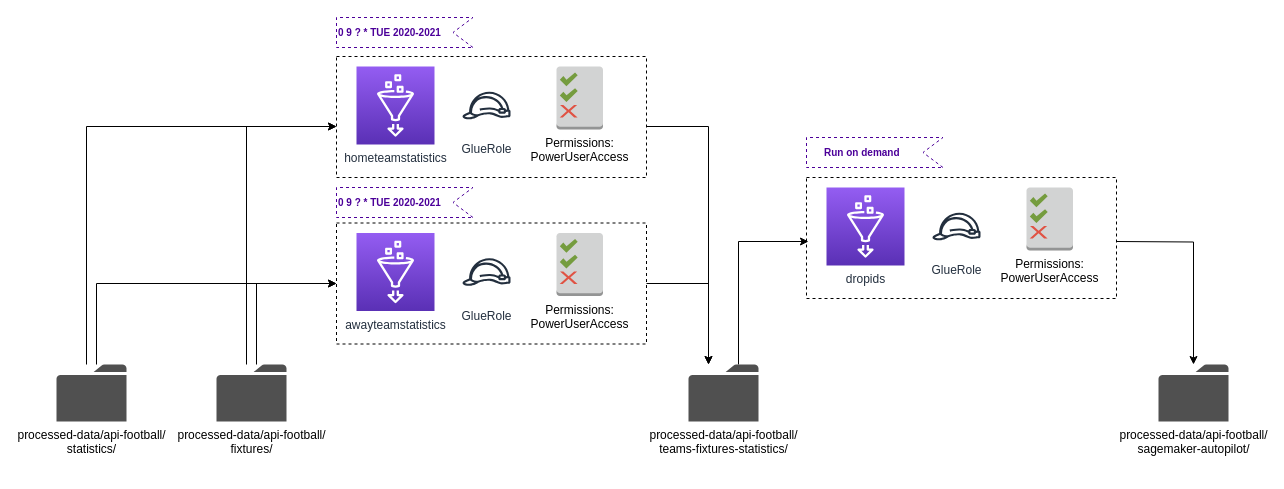
mbahra/AWS_Data_Engineer keeps this draw.io diagram as page "glueJobs" (5 of 7) of draw.io/workflow.drawio. Above is the earlier version. Source tidied: cells renumbered, new cells numbered last; positions are measured from the earlier drawing's top-left corner, leaving out a move shared by most shapes. Both pictures are drawn from the tidied source at 100%, with x=0, y=0 at pixel (56, 17).
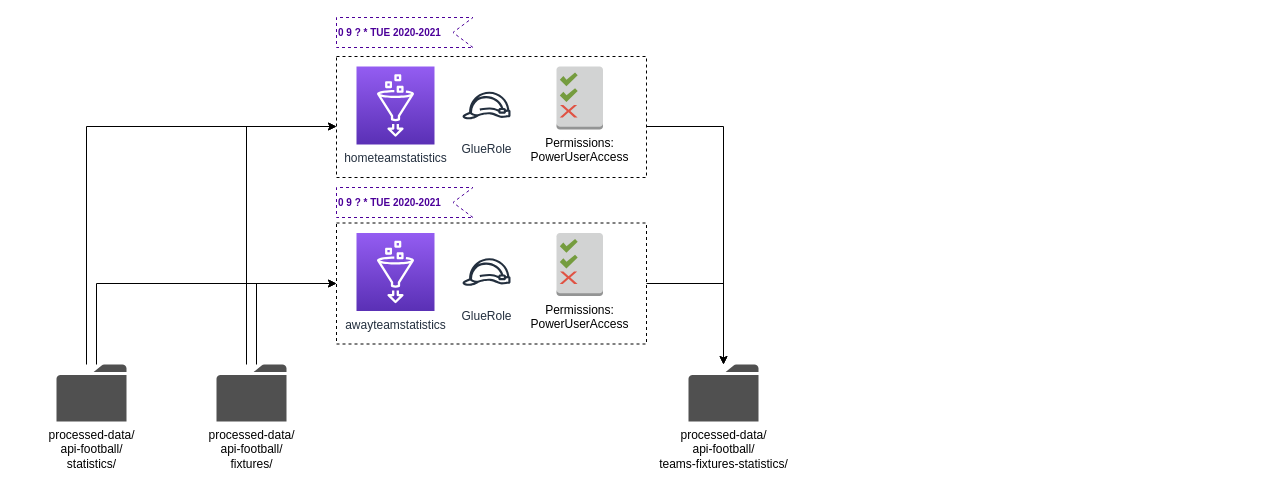
The same page after the edit.

What changed in the source:
```diff
@@
-    <mxCell id="4" value="processed-data/api-football/&lt;br&gt;fixtures/" style="shadow=0;dashed=0;html=1;strokeColor=none;fillColor=#505050;labelPosition=center;verticalLabelPosition=bottom;verticalAlign=top;outlineConnect=0;align=center;shape=mxgraph.office.concepts.folder;labelBackgroundColor=#ffffff;" parent="1" vertex="1">
+    <mxCell id="4" value="processed-data/&lt;br&gt;api-football/&lt;br&gt;fixtures/" style="shadow=0;dashed=0;html=1;strokeColor=none;fillColor=#505050;labelPosition=center;verticalLabelPosition=bottom;verticalAlign=top;outlineConnect=0;align=center;shape=mxgraph.office.concepts.folder;labelBackgroundColor=#ffffff;" parent="1" vertex="1">
       <mxGeometry x="160" y="347" width="70" height="57" as="geometry" />
     </mxCell>
-    <mxCell id="5" style="edgeStyle=orthogonalEdgeStyle;rounded=0;jettySize=auto;html=1;entryX=0;entryY=0.5;entryDx=0;entryDy=0;entryPerimeter=0;fontSize=10;fontColor=#CC6600;" parent="1" edge="1" source="6">
-      <mxGeometry relative="1" as="geometry">
-        <mxPoint x="752" y="224" as="targetPoint" />
-        <Array as="points">
-          <mxPoint x="682" y="224" />
-        </Array>
-      </mxGeometry>
-    </mxCell>
-    <mxCell id="6" value="processed-data/api-football/&lt;br&gt;teams-fixtures-statistics/" style="shadow=0;dashed=0;html=1;strokeColor=none;fillColor=#505050;labelPosition=center;verticalLabelPosition=bottom;verticalAlign=top;outlineConnect=0;align=center;shape=mxgraph.office.concepts.folder;labelBackgroundColor=#ffffff;" parent="1" vertex="1">
+    <mxCell id="6" value="processed-data/&lt;br&gt;api-football/&lt;br&gt;teams-fixtures-statistics/" style="shadow=0;dashed=0;html=1;strokeColor=none;fillColor=#505050;labelPosition=center;verticalLabelPosition=bottom;verticalAlign=top;outlineConnect=0;align=center;shape=mxgraph.office.concepts.folder;labelBackgroundColor=#ffffff;" parent="1" vertex="1">
       <mxGeometry x="632" y="347" width="70" height="57" as="geometry" />
     </mxCell>
     <mxCell id="7" style="edgeStyle=orthogonalEdgeStyle;rounded=0;jettySize=auto;html=1;fontSize=10;fontColor=#CC6600;" parent="1" edge="1" target="6">
       <mxGeometry relative="1" as="geometry">
         <mxPoint x="590" y="266" as="sourcePoint" />
         <Array as="points">
-          <mxPoint x="652" y="266" />
+          <mxPoint x="667" y="266" />
         </Array>
       </mxGeometry>
     </mxCell>
     <mxCell id="8" style="edgeStyle=orthogonalEdgeStyle;rounded=0;jettySize=auto;html=1;fontSize=10;fontColor=#CC6600;" parent="1" edge="1" target="6">
       <mxGeometry relative="1" as="geometry">
         <mxPoint x="590" y="109" as="sourcePoint" />
         <Array as="points">
-          <mxPoint x="652" y="109" />
+          <mxPoint x="667" y="109" />
         </Array>
       </mxGeometry>
     </mxCell>
-    <mxCell id="9" value="processed-data/api-football/&lt;br&gt;sagemaker-autopilot/" style="shadow=0;dashed=0;html=1;strokeColor=none;fillColor=#505050;labelPosition=center;verticalLabelPosition=bottom;verticalAlign=top;outlineConnect=0;align=center;shape=mxgraph.office.concepts.folder;labelBackgroundColor=#ffffff;" parent="1" vertex="1">
-      <mxGeometry x="1102" y="347" width="70" height="57" as="geometry" />
-    </mxCell>
-    <mxCell id="10" style="edgeStyle=orthogonalEdgeStyle;rounded=0;jettySize=auto;html=1;fontSize=10;fontColor=#CC6600;" parent="1" edge="1" target="9">
-      <mxGeometry relative="1" as="geometry">
-        <mxPoint x="1060" y="224" as="sourcePoint" />
-      </mxGeometry>
-    </mxCell>
@@
-    <mxCell id="13" value="&lt;font style=&quot;font-size: 10px ; line-height: 120%&quot;&gt;Run on demand&lt;/font&gt;" style="html=1;shape=mxgraph.infographic.ribbonSimple;notch1=20;notch2=0;align=left;verticalAlign=bottom;fontSize=10;fontStyle=1;flipH=1;fillColor=#FFFFFF;dashed=1;labelBackgroundColor=none;strokeColor=#4C0099;labelPosition=center;verticalLabelPosition=middle;spacingTop=0;spacingBottom=6;fontColor=#4C0099;spacingLeft=16;" parent="1" vertex="1">
-      <mxGeometry x="750" y="120" width="136.5" height="30" as="geometry" />
-    </mxCell>
@@
-    <mxCell id="16" value="processed-data/api-football/&lt;br&gt;statistics/" style="shadow=0;dashed=0;html=1;strokeColor=none;fillColor=#505050;labelPosition=center;verticalLabelPosition=bottom;verticalAlign=top;outlineConnect=0;align=center;shape=mxgraph.office.concepts.folder;labelBackgroundColor=#ffffff;" parent="1" vertex="1">
+    <mxCell id="16" value="processed-data/&lt;br&gt;api-football/&lt;br&gt;statistics/" style="shadow=0;dashed=0;html=1;strokeColor=none;fillColor=#505050;labelPosition=center;verticalLabelPosition=bottom;verticalAlign=top;outlineConnect=0;align=center;shape=mxgraph.office.concepts.folder;labelBackgroundColor=#ffffff;" parent="1" vertex="1">
       <mxGeometry y="347" width="70" height="57" as="geometry" />
     </mxCell>
@@
-    <mxCell id="27" style="group;" parent="1" vertex="1">
-      <mxGeometry x="750" y="160" width="310" height="121" as="geometry" />
-    </mxCell>
-    <mxCell id="28" style="rounded=0;whiteSpace=wrap;html=1;dashed=1;labelBackgroundColor=#ffffff;fillColor=none;fontSize=10;align=left;" parent="27" vertex="1">
-      <mxGeometry width="310" height="121" as="geometry" />
-    </mxCell>
-    <mxCell id="29" value="GlueRole" style="fontColor=#232F3E;gradientColor=none;strokeColor=#232F3E;fillColor=#ffffff;dashed=0;verticalLabelPosition=bottom;verticalAlign=top;align=center;html=1;fontSize=12;fontStyle=0;shape=mxgraph.aws4.resourceIcon;resIcon=mxgraph.aws4.role;labelBackgroundColor=#ffffff;" parent="27" vertex="1">
-      <mxGeometry x="120" y="19" width="60" height="60" as="geometry" />
-    </mxCell>
-    <mxCell id="30" value="&lt;span style=&quot;color: rgb(0 , 0 , 0)&quot;&gt;Permissions:&lt;br&gt;PowerUserAccess&lt;br&gt;&lt;/span&gt;" style="dashed=0;verticalLabelPosition=bottom;verticalAlign=top;align=center;html=1;shape=mxgraph.aws3.permissions_2;fillColor=#D2D3D3;gradientColor=none;labelBackgroundColor=none;fontColor=#FF0000;" parent="27" vertex="1">
-      <mxGeometry x="220" y="10" width="46.5" height="63" as="geometry" />
-    </mxCell>
-    <mxCell id="31" value="dropids" style="fontColor=#232F3E;gradientColor=#945DF2;gradientDirection=north;fillColor=#5A30B5;strokeColor=#ffffff;dashed=0;verticalLabelPosition=bottom;verticalAlign=top;align=center;html=1;fontSize=12;fontStyle=0;shape=mxgraph.aws4.resourceIcon;resIcon=mxgraph.aws4.glue;" parent="27" vertex="1">
-      <mxGeometry x="20" y="10" width="78" height="78" as="geometry" />
-    </mxCell>
```
